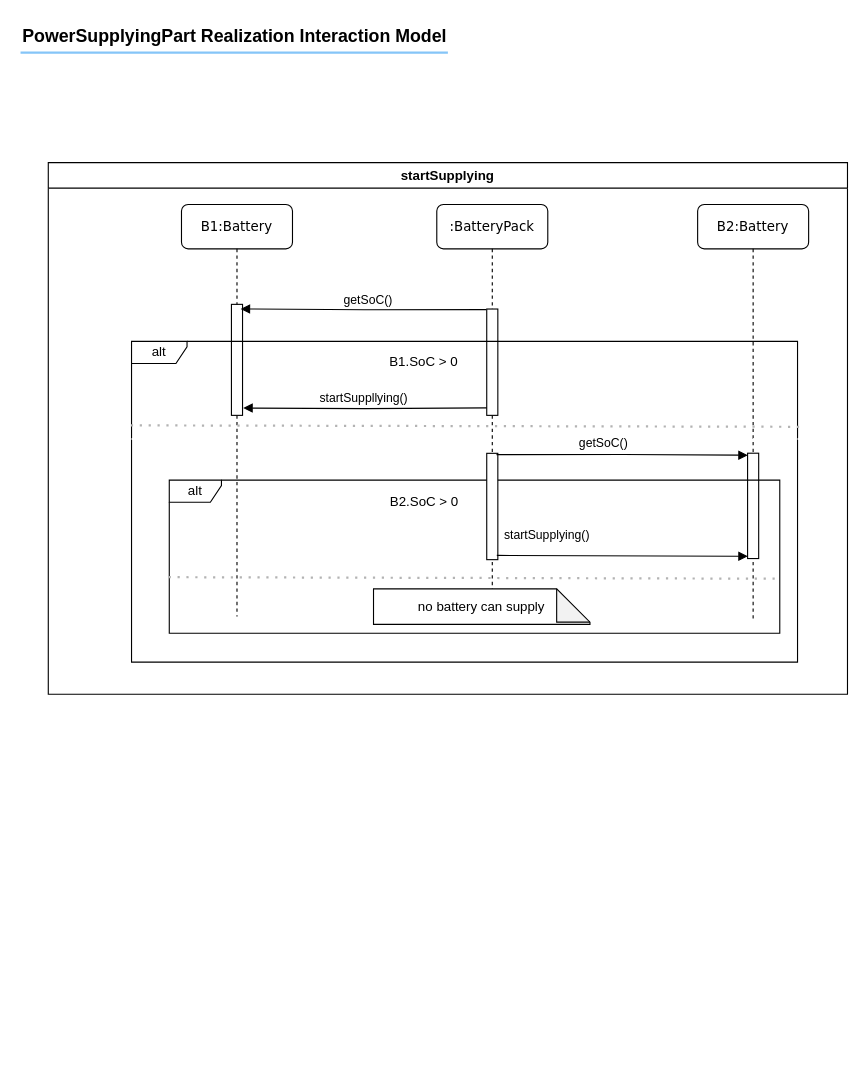
Mohammad-Si/convide-A02-MVE keeps this draw.io diagram as version/4/KobrA_Realization-Interaction-Model_PowerSupplyingParty-startSupplying.drawio. Above is the earlier version. Source tidied: cells renumbered, new cells numbered last; positions are measured from the earlier drawing's top-left corner, leaving out a move shared by most shapes. Both pictures are drawn from the tidied source at 111%, with x=0, y=0 at pixel (20, 19).
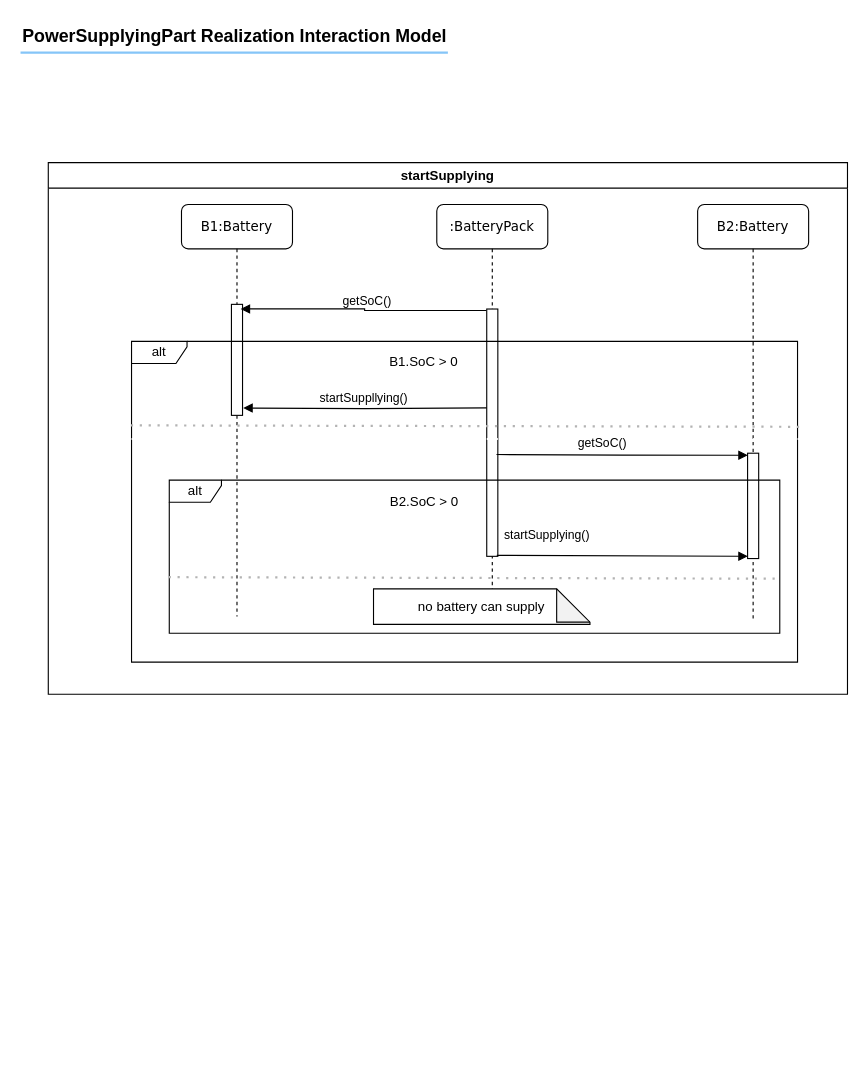
The same page after the edit.

Commit message:
batterypack's life was integrated\

The change refers to these unchanged cells:
```xml
<mxCell id="3" value=":BatteryPack" style="shape=umlLifeline;perimeter=lifelinePerimeter;whiteSpace=wrap;html=1;rounded=1;shadow=0;comic=0;labelBackgroundColor=none;strokeWidth=1;fontFamily=Verdana;fontSize=12;align=center;" parent="2" vertex="1">
  <mxGeometry x="350" y="37.7" width="100" height="376.3" as="geometry" />
</mxCell>
<mxCell id="8" style="html=1;points=[];perimeter=orthogonalPerimeter;rounded=0;shadow=0;comic=0;labelBackgroundColor=none;strokeWidth=1;fontFamily=Verdana;fontSize=12;align=center;" parent="7" vertex="1">
  <mxGeometry x="45" y="224.1" width="10" height="94.9" as="geometry" />
</mxCell>
```

What changed in the source:
```diff
@@
     <mxCell id="4" style="html=1;points=[];perimeter=orthogonalPerimeter;rounded=0;shadow=0;comic=0;labelBackgroundColor=none;strokeWidth=1;fontFamily=Verdana;fontSize=12;align=center;" parent="3" vertex="1">
-      <mxGeometry x="45" y="94.2" width="10" height="95.8" as="geometry" />
+      <mxGeometry x="45" y="94.2" width="10" height="222.8" as="geometry" />
     </mxCell>
@@
-    <mxCell id="24" style="html=1;points=[];perimeter=orthogonalPerimeter;rounded=0;shadow=0;comic=0;labelBackgroundColor=none;strokeWidth=1;fontFamily=Verdana;fontSize=12;align=center;" parent="1" vertex="1">
-      <mxGeometry x="420" y="390.9" width="10" height="95.8" as="geometry" />
-    </mxCell>
-    <mxCell id="25" style="edgeStyle=orthogonalEdgeStyle;rounded=0;jettySize=auto;html=1;entryX=0.022;entryY=0.019;entryDx=0;entryDy=0;entryPerimeter=0;exitX=0.879;exitY=0.012;exitDx=0;exitDy=0;exitPerimeter=0;endArrow=block;endFill=1;" parent="1" edge="1" source="24" target="8">
-      <mxGeometry relative="1" as="geometry" />
+    <mxCell id="25" style="edgeStyle=orthogonalEdgeStyle;rounded=0;jettySize=auto;html=1;entryX=0.022;entryY=0.019;entryDx=0;entryDy=0;entryPerimeter=0;exitX=0.879;exitY=0.012;exitDx=0;exitDy=0;exitPerimeter=0;endArrow=block;endFill=1;" parent="1" edge="1" target="8">
+      <mxGeometry relative="1" as="geometry">
+        <mxPoint x="428.8" y="392" as="sourcePoint" />
+      </mxGeometry>
     </mxCell>
@@
-    <mxCell id="27" style="rounded=0;jettySize=auto;html=1;entryX=0.022;entryY=0.979;entryDx=0;entryDy=0;entryPerimeter=0;endArrow=block;endFill=1;exitX=0.91;exitY=0.96;exitDx=0;exitDy=0;exitPerimeter=0;" parent="1" edge="1" source="24" target="8">
-      <mxGeometry relative="1" as="geometry" />
+    <mxCell id="27" style="rounded=0;jettySize=auto;html=1;entryX=0.022;entryY=0.979;entryDx=0;entryDy=0;entryPerimeter=0;endArrow=block;endFill=1;exitX=0.91;exitY=0.96;exitDx=0;exitDy=0;exitPerimeter=0;" parent="1" edge="1" target="8">
+      <mxGeometry relative="1" as="geometry">
+        <mxPoint x="429.1" y="482.8" as="sourcePoint" />
+      </mxGeometry>
     </mxCell>
```
